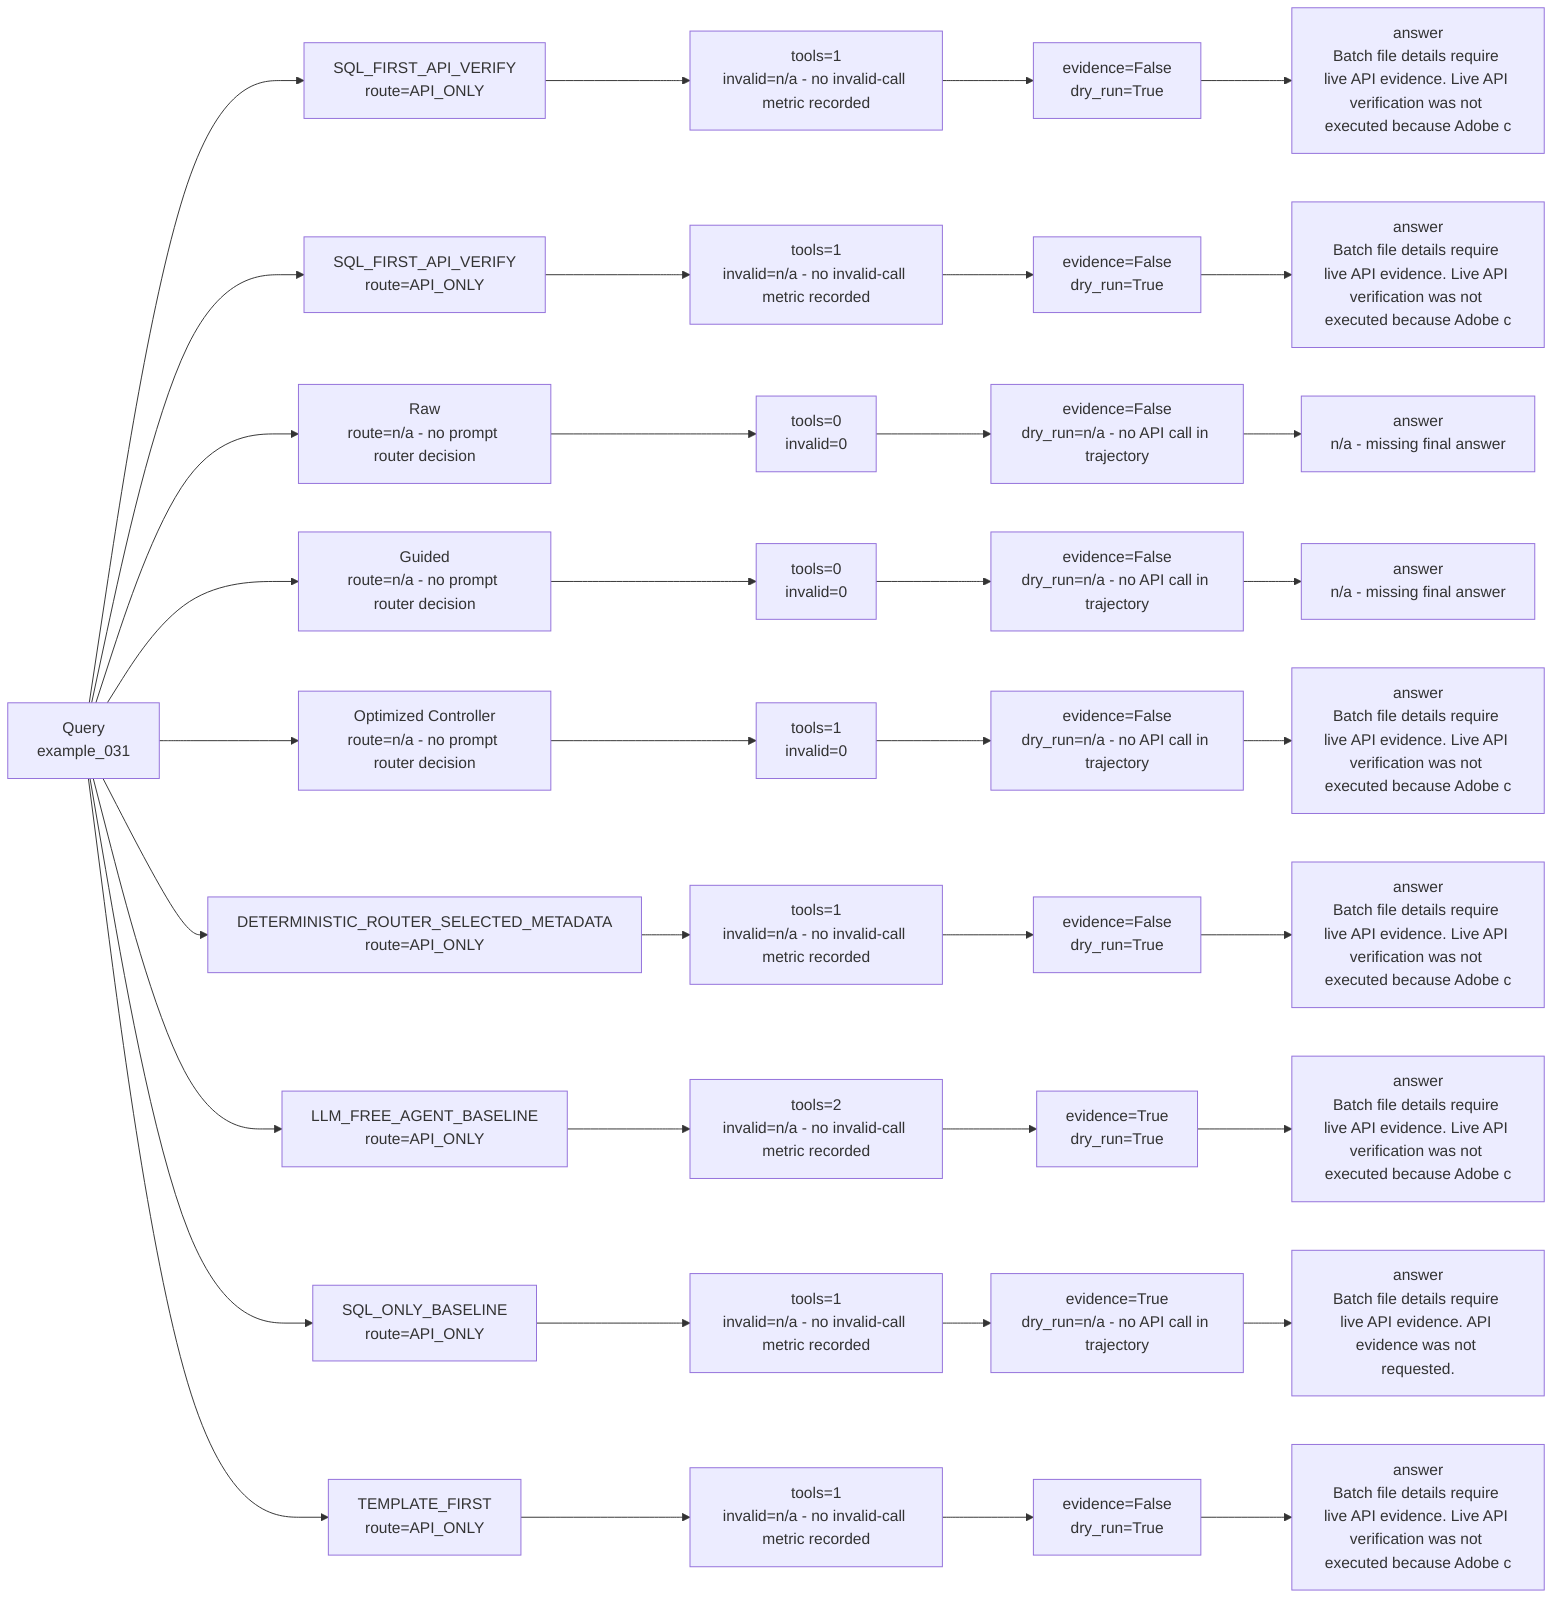
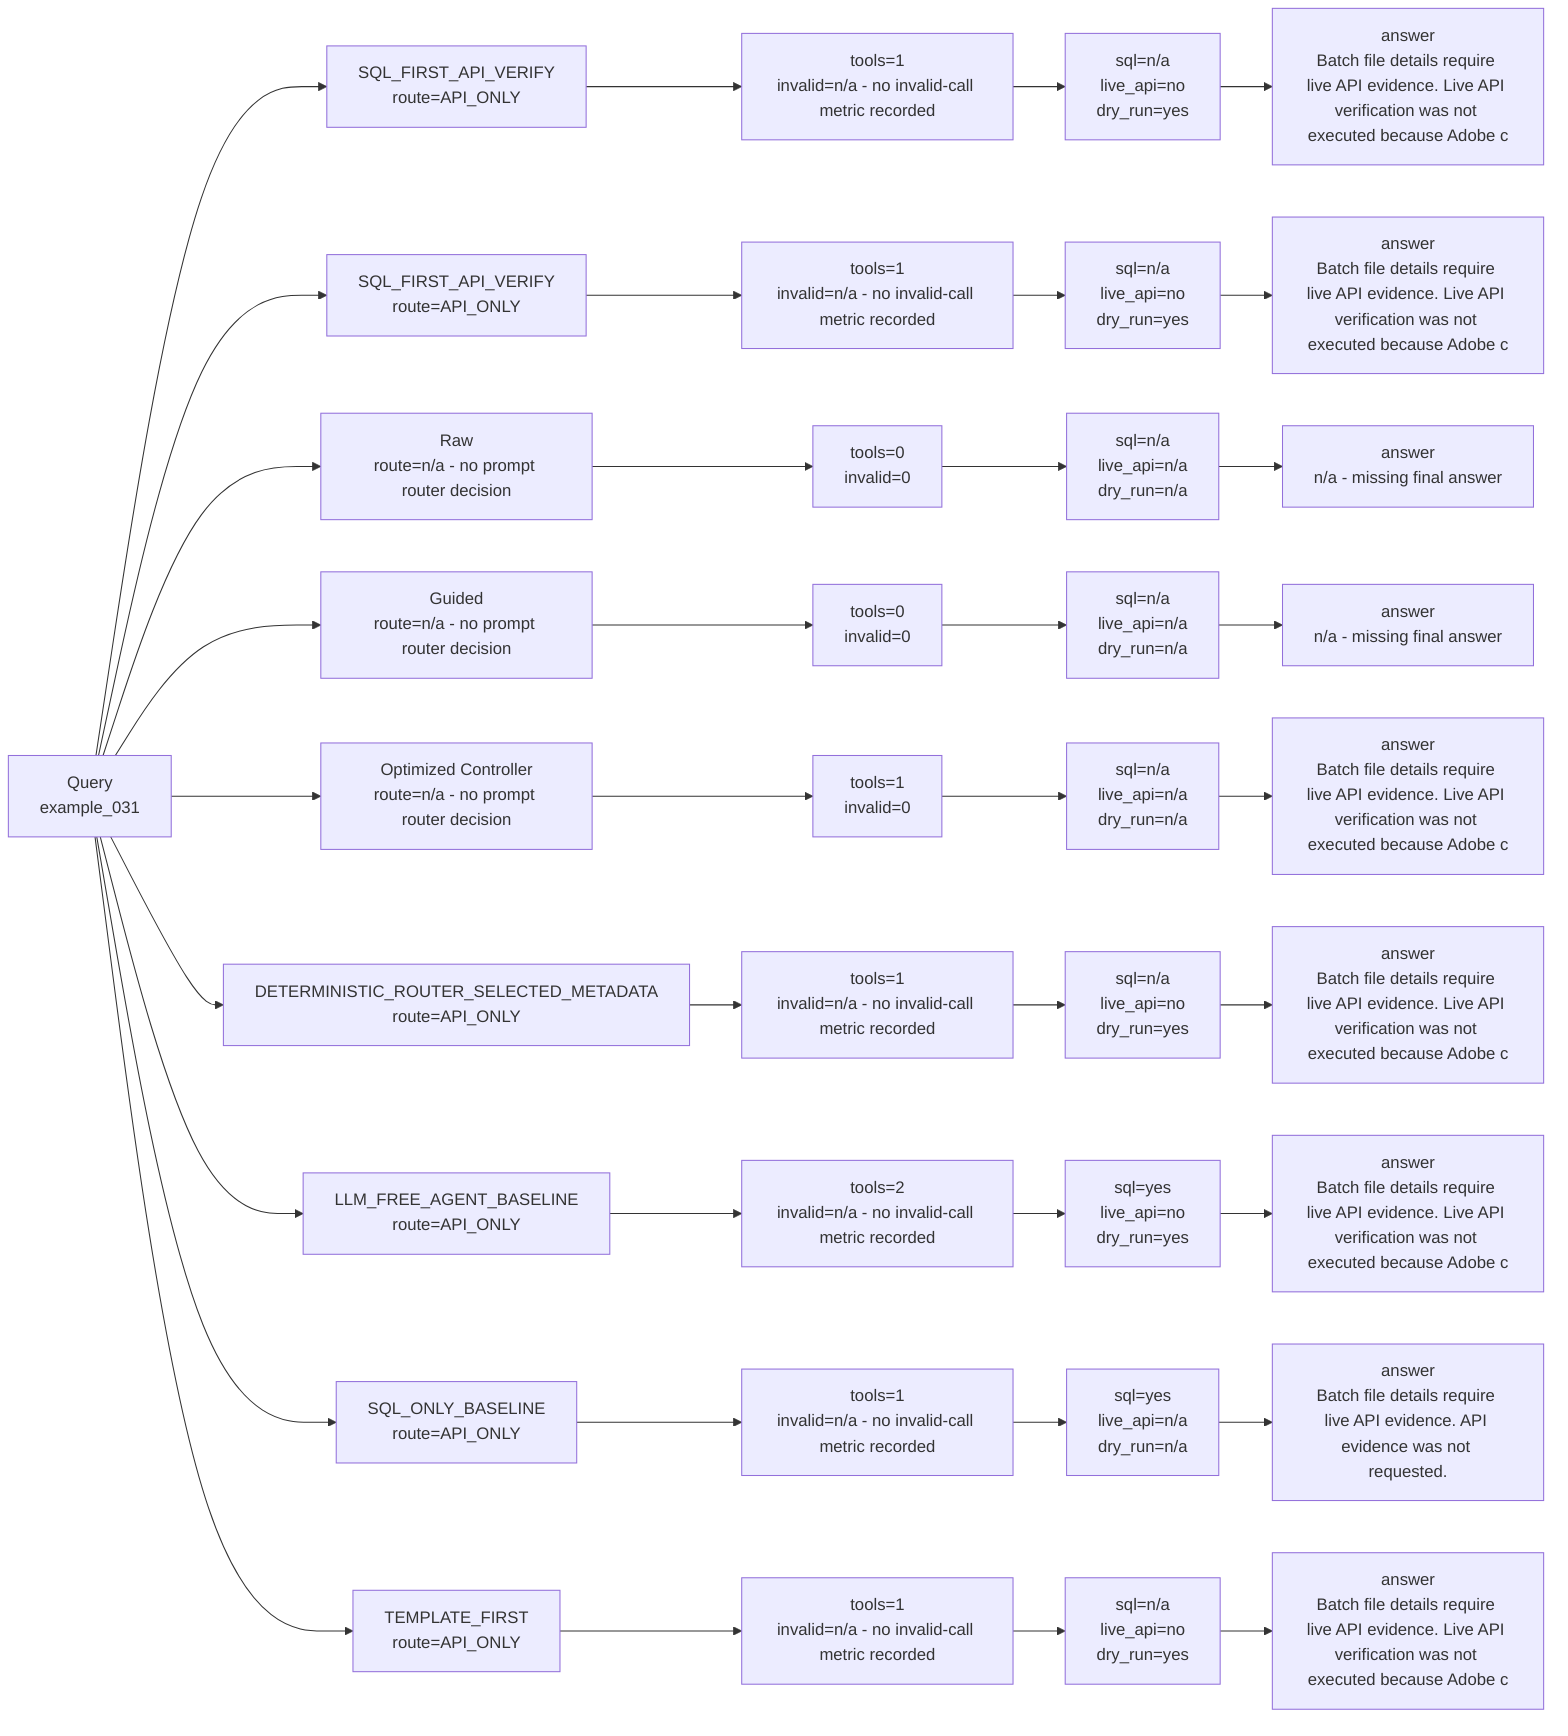
flowchart LR
  prompt["Query<br/>example_031"]
  prompt --> s0_route["SQL_FIRST_API_VERIFY<br/>route=API_ONLY"]
  s0_route --> s0_tools["tools=1<br/>invalid=n/a - no invalid-call metric recorded"]
-   s0_tools --> s0_evidence["evidence=False<br/>dry_run=True"]
+   s0_tools --> s0_evidence["sql=n/a<br/>live_api=no<br/>dry_run=yes"]
  s0_evidence --> s0_answer["answer<br/>Batch file details require live API evidence. Live API verification was not executed because Adobe c"]
  prompt --> s1_route["SQL_FIRST_API_VERIFY<br/>route=API_ONLY"]
  s1_route --> s1_tools["tools=1<br/>invalid=n/a - no invalid-call metric recorded"]
-   s1_tools --> s1_evidence["evidence=False<br/>dry_run=True"]
+   s1_tools --> s1_evidence["sql=n/a<br/>live_api=no<br/>dry_run=yes"]
  s1_evidence --> s1_answer["answer<br/>Batch file details require live API evidence. Live API verification was not executed because Adobe c"]
  prompt --> s2_route["Raw<br/>route=n/a - no prompt router decision"]
  s2_route --> s2_tools["tools=0<br/>invalid=0"]
-   s2_tools --> s2_evidence["evidence=False<br/>dry_run=n/a - no API call in trajectory"]
+   s2_tools --> s2_evidence["sql=n/a<br/>live_api=n/a<br/>dry_run=n/a"]
  s2_evidence --> s2_answer["answer<br/>n/a - missing final answer"]
  prompt --> s3_route["Guided<br/>route=n/a - no prompt router decision"]
  s3_route --> s3_tools["tools=0<br/>invalid=0"]
-   s3_tools --> s3_evidence["evidence=False<br/>dry_run=n/a - no API call in trajectory"]
+   s3_tools --> s3_evidence["sql=n/a<br/>live_api=n/a<br/>dry_run=n/a"]
  s3_evidence --> s3_answer["answer<br/>n/a - missing final answer"]
  prompt --> s4_route["Optimized Controller<br/>route=n/a - no prompt router decision"]
  s4_route --> s4_tools["tools=1<br/>invalid=0"]
-   s4_tools --> s4_evidence["evidence=False<br/>dry_run=n/a - no API call in trajectory"]
+   s4_tools --> s4_evidence["sql=n/a<br/>live_api=n/a<br/>dry_run=n/a"]
  s4_evidence --> s4_answer["answer<br/>Batch file details require live API evidence. Live API verification was not executed because Adobe c"]
  prompt --> s5_route["DETERMINISTIC_ROUTER_SELECTED_METADATA<br/>route=API_ONLY"]
  s5_route --> s5_tools["tools=1<br/>invalid=n/a - no invalid-call metric recorded"]
-   s5_tools --> s5_evidence["evidence=False<br/>dry_run=True"]
+   s5_tools --> s5_evidence["sql=n/a<br/>live_api=no<br/>dry_run=yes"]
  s5_evidence --> s5_answer["answer<br/>Batch file details require live API evidence. Live API verification was not executed because Adobe c"]
  prompt --> s6_route["LLM_FREE_AGENT_BASELINE<br/>route=API_ONLY"]
  s6_route --> s6_tools["tools=2<br/>invalid=n/a - no invalid-call metric recorded"]
-   s6_tools --> s6_evidence["evidence=True<br/>dry_run=True"]
+   s6_tools --> s6_evidence["sql=yes<br/>live_api=no<br/>dry_run=yes"]
  s6_evidence --> s6_answer["answer<br/>Batch file details require live API evidence. Live API verification was not executed because Adobe c"]
  prompt --> s7_route["SQL_ONLY_BASELINE<br/>route=API_ONLY"]
  s7_route --> s7_tools["tools=1<br/>invalid=n/a - no invalid-call metric recorded"]
-   s7_tools --> s7_evidence["evidence=True<br/>dry_run=n/a - no API call in trajectory"]
+   s7_tools --> s7_evidence["sql=yes<br/>live_api=n/a<br/>dry_run=n/a"]
  s7_evidence --> s7_answer["answer<br/>Batch file details require live API evidence. API evidence was not requested."]
  prompt --> s8_route["TEMPLATE_FIRST<br/>route=API_ONLY"]
  s8_route --> s8_tools["tools=1<br/>invalid=n/a - no invalid-call metric recorded"]
-   s8_tools --> s8_evidence["evidence=False<br/>dry_run=True"]
+   s8_tools --> s8_evidence["sql=n/a<br/>live_api=no<br/>dry_run=yes"]
  s8_evidence --> s8_answer["answer<br/>Batch file details require live API evidence. Live API verification was not executed because Adobe c"]
